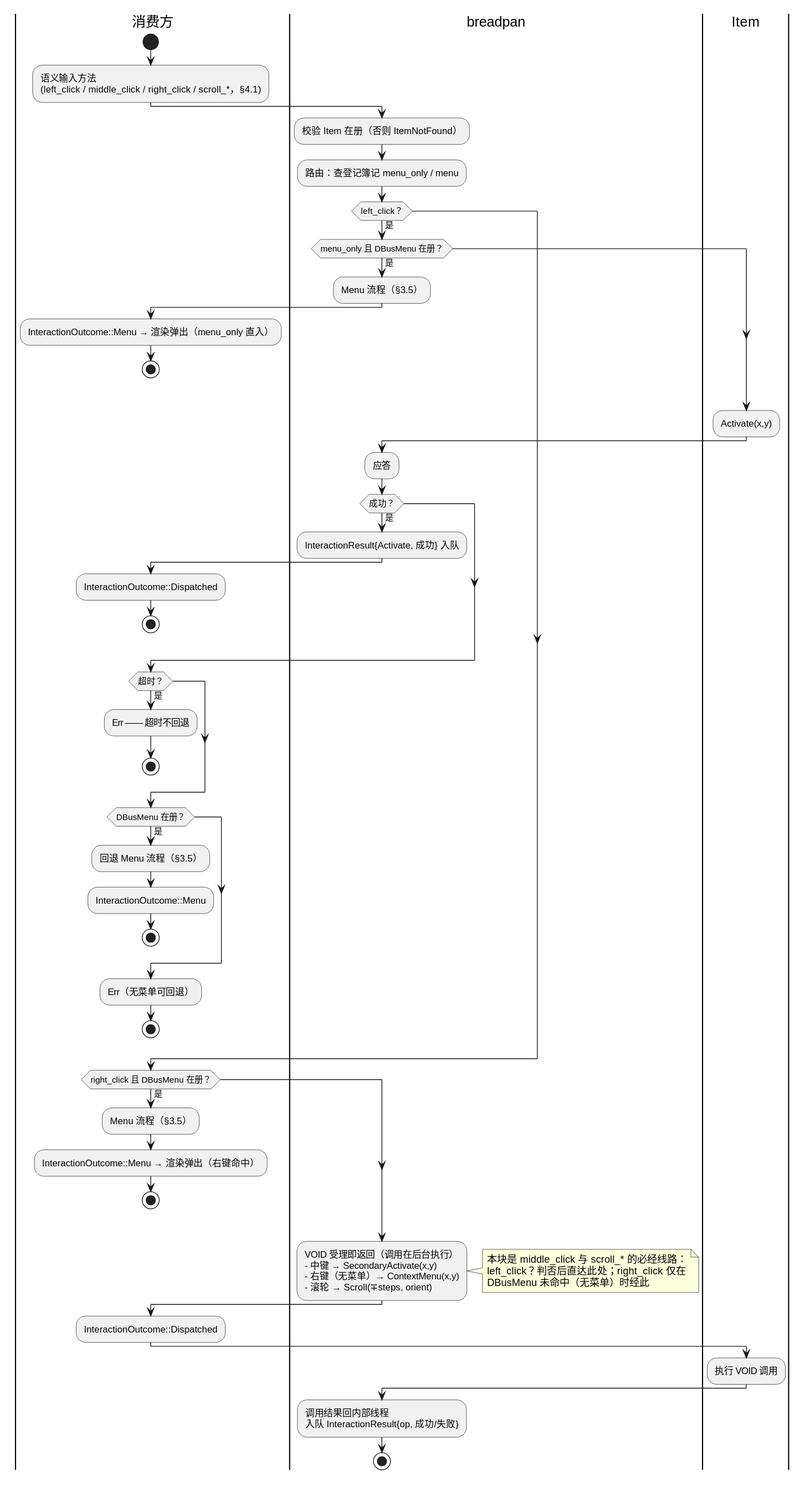
The PlantUML diagram breadpan/diagram/breadpan-input-routing.svg in 54m43lJ/BreadKnife, before a commit.
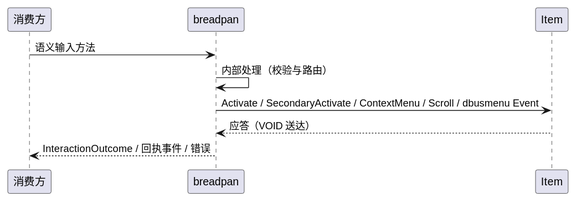
The same file after the commit.

Diff of the diagram source:
```diff
@@ -1,65 +1,11 @@
 @startuml
-|消费方|
-start
-:语义输入方法
-(left_click / middle_click / right_click / scroll_*，§4.1);
-|breadpan|
-:校验 Item 在册（否则 ItemNotFound）;
-:路由：查登记簿记 menu_only / menu;
-if (left_click？) then (是)
-  if (menu_only 且 DBusMenu 在册？) then (是)
-    :Menu 流程（§3.5）;
-    |消费方|
-    :InteractionOutcome::Menu → 渲染弹出（menu_only 直入）;
-    stop
-  endif
-  |Item|
-  :Activate(x,y);
-  |breadpan|
-  :应答;
-  if (成功？) then (是)
-    :InteractionResult{Activate, 成功} 入队;
-    |消费方|
-    :InteractionOutcome::Dispatched;
-    stop
-  endif
-  if (超时？) then (是)
-    |消费方|
-    :Err —— 超时不回退;
-    stop
-  endif
-  if (DBusMenu 在册？) then (是)
-    :回退 Menu 流程（§3.5）;
-    |消费方|
-    :InteractionOutcome::Menu;
-    stop
-  endif
-  |消费方|
-  :Err（无菜单可回退）;
-  stop
-endif
-if (right_click 且 DBusMenu 在册？) then (是)
-  :Menu 流程（§3.5）;
-  |消费方|
-  :InteractionOutcome::Menu → 渲染弹出（右键命中）;
-  stop
-endif
-|breadpan|
-:VOID 受理即返回（调用在后台执行）
-- 中键 → SecondaryActivate(x,y)
-- 右键（无菜单）→ ContextMenu(x,y)
-- 滚轮 → Scroll(∓steps, orient);
-note right
-  本块是 middle_click 与 scroll_* 的必经线路：
-  left_click？判否后直达此处；right_click 仅在
-  DBusMenu 未命中（无菜单）时经此
-end note
-|消费方|
-:InteractionOutcome::Dispatched;
-|Item|
-:执行 VOID 调用;
-|breadpan|
-:调用结果回内部线程
-入队 InteractionResult{op, 成功/失败};
-stop
+participant 消费方
+participant breadpan
+participant "Item" as item
+
+消费方 -> breadpan: 语义输入方法
+breadpan -> breadpan: 内部处理（校验与路由）
+breadpan -> item: Activate / SecondaryActivate / ContextMenu / Scroll / dbusmenu Event
+item --> breadpan: 应答（VOID 送达）
+breadpan --> 消费方: InteractionOutcome / 回执事件 / 错误
 @enduml
```
